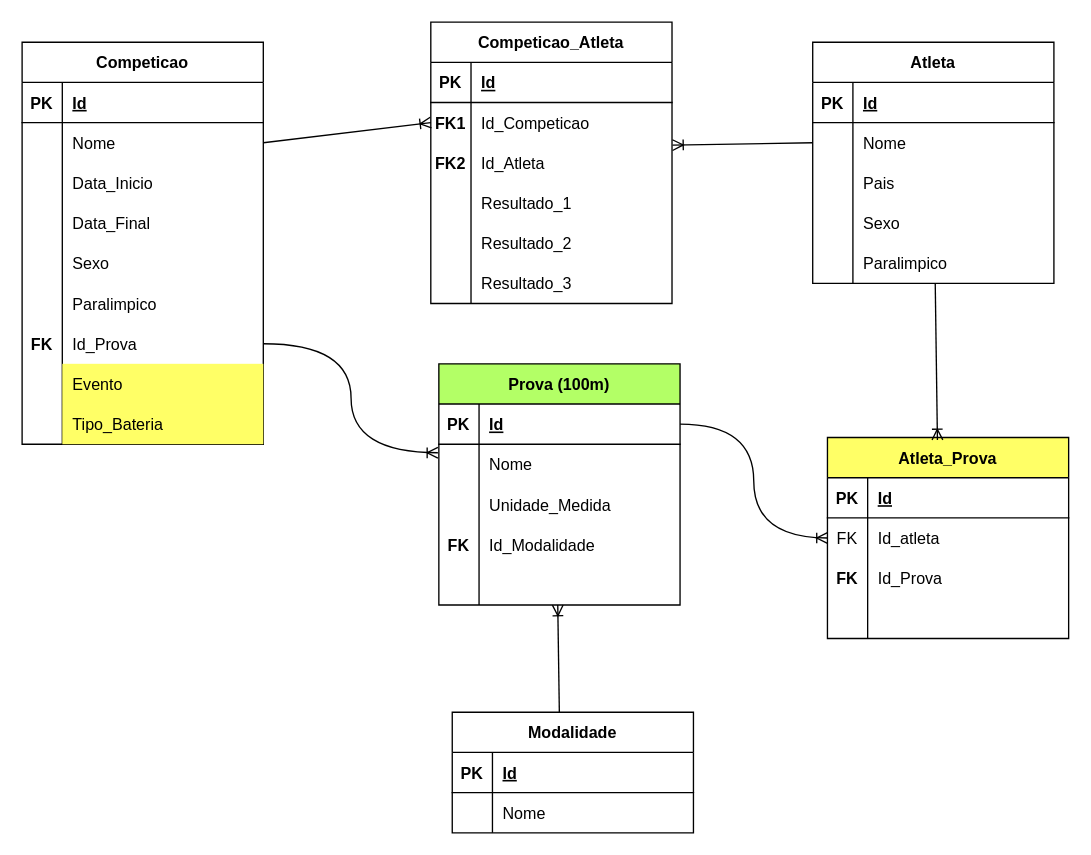
Above: banco/api_ev_cob_sprint_2.drawio in raphacp/api_ev_cob (draw.io), before the change. Source tidied: cells renumbered, new cells numbered last; positions are measured from the earlier drawing's top-left corner, leaving out a move shared by most shapes. Both pictures are drawn from the tidied source at 134%, with x=0, y=0 at pixel (21, 21).
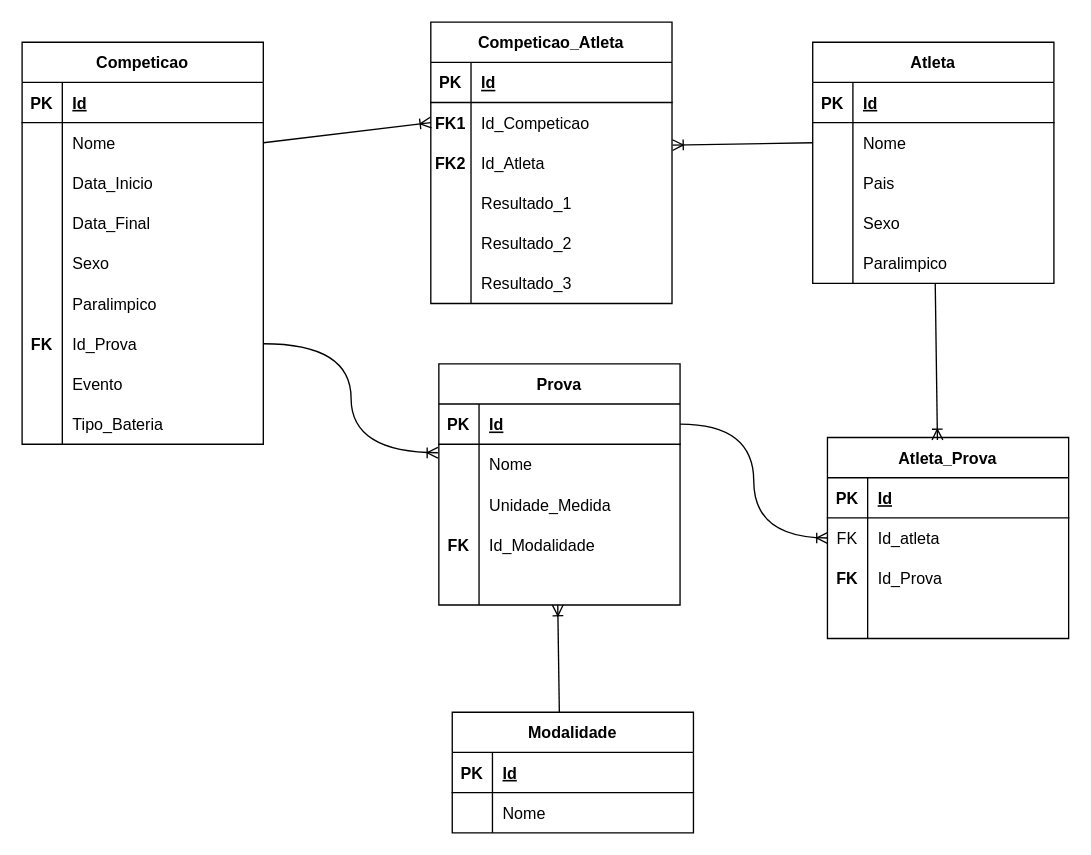
The same diagram, later.

Commit message (it also covers changes not shown here):
Criação da tabela Atleta_Prova e ajuste na tabela Competição.

The change refers to these unchanged cells:
```xml
<mxCell id="24" style="shape=tableRow;horizontal=0;startSize=0;swimlaneHead=0;swimlaneBody=0;fillColor=none;top=0;left=0;right=0;bottom=0;" parent="2" vertex="1">
  <mxGeometry y="240" width="180" height="30" as="geometry" />
</mxCell>
<mxCell id="27" style="shape=tableRow;horizontal=0;startSize=0;swimlaneHead=0;swimlaneBody=0;fillColor=none;top=0;left=0;right=0;bottom=0;" parent="2" vertex="1">
  <mxGeometry y="270" width="180" height="30" as="geometry" />
</mxCell>
```

Diff of the diagram source:
```diff
@@
-    <mxCell id="26" value="Evento" style="shape=partialRectangle;fillColor=#FFFF66;top=0;left=0;bottom=0;right=0;align=left;spacingLeft=6;overflow=hidden;" parent="24" vertex="1">
+    <mxCell id="26" value="Evento" style="shape=partialRectangle;fillColor=none;top=0;left=0;bottom=0;right=0;align=left;spacingLeft=6;overflow=hidden;" parent="24" vertex="1">
       <mxGeometry x="30" width="150" height="30" as="geometry" />
     </mxCell>
@@
-    <mxCell id="29" value="Tipo_Bateria" style="shape=partialRectangle;fillColor=#FFFF66;top=0;left=0;bottom=0;right=0;align=left;spacingLeft=6;overflow=hidden;" parent="27" vertex="1">
+    <mxCell id="29" value="Tipo_Bateria" style="shape=partialRectangle;fillColor=none;top=0;left=0;bottom=0;right=0;align=left;spacingLeft=6;overflow=hidden;" parent="27" vertex="1">
       <mxGeometry x="30" width="150" height="30" as="geometry" />
     </mxCell>
@@
-    <mxCell id="53" value="Prova (100m)" style="shape=table;startSize=30;childLayout=tableLayout;rowLines=0;fontStyle=1;align=center;fillColor=#B3FF66;" parent="1" vertex="1">
+    <mxCell id="53" value="Prova" style="shape=table;startSize=30;childLayout=tableLayout;rowLines=0;fontStyle=1;align=center;fillColor=none;" parent="1" vertex="1">
       <mxGeometry x="311" y="255" width="180" height="180" as="geometry" />
     </mxCell>
@@
-    <mxCell id="91" value="Atleta_Prova" style="shape=table;startSize=30;childLayout=tableLayout;rowLines=0;fontStyle=1;align=center;fillColor=#FFFF66;" parent="1" vertex="1">
+    <mxCell id="91" value="Atleta_Prova" style="shape=table;startSize=30;childLayout=tableLayout;rowLines=0;fontStyle=1;align=center;fillColor=none;" parent="1" vertex="1">
       <mxGeometry x="601" y="310" width="180" height="150" as="geometry" />
     </mxCell>
```
